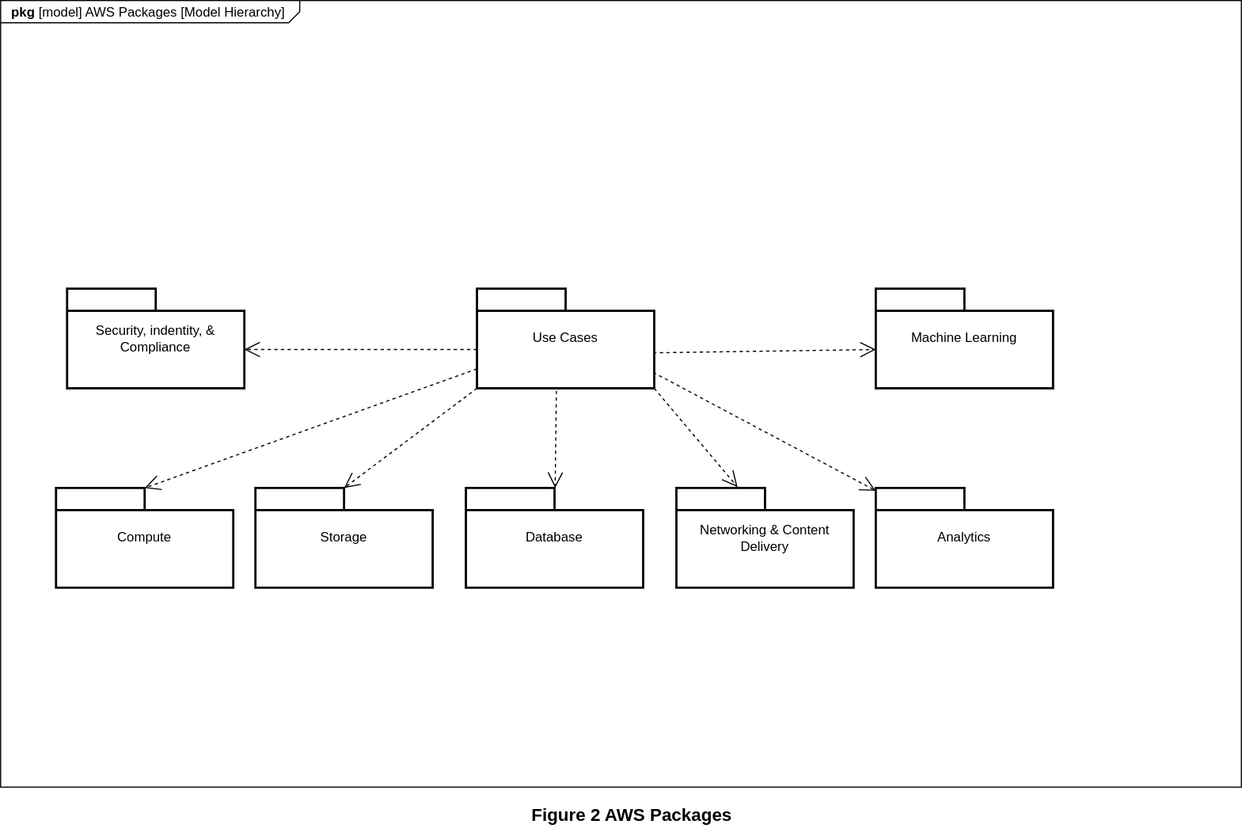
JeffreyWerth/AWS-Architecture-Model-Repository keeps this draw.io diagram as AWS Packages/AWS Packages.svg. Above is the earlier version. Source tidied: cells renumbered, new cells last; positions are measured from the earlier drawing's top-left corner, leaving out a move shared by most shapes.
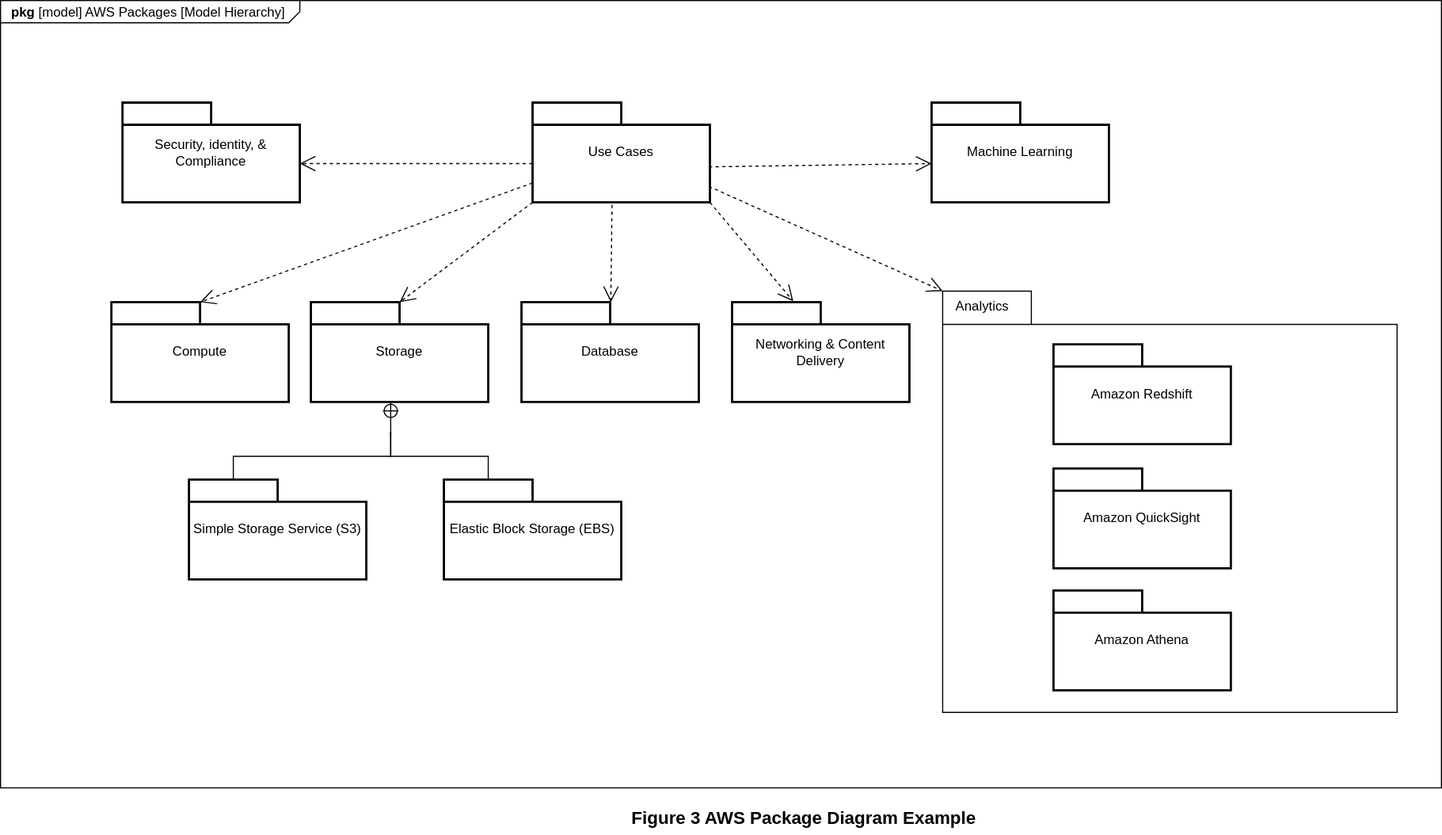
Above is the later version.

Commit message:
Updated Package Definitions

What changed in the source:
```diff
@@ -3,7 +3,7 @@
     <mxCell id="0" style="html=1;" />
     <mxCell id="1" style="html=1;" parent="0" />
     <mxCell id="2" value="&lt;p style=&quot;margin: 0px ; margin-top: 4px ; margin-left: 10px ; text-align: left&quot;&gt;&lt;b&gt;pkg&lt;/b&gt; [model] AWS Packages [Model Hierarchy]&lt;/p&gt;" style="html=1;strokeWidth=1;shape=mxgraph.sysml.package;html=1;overflow=fill;whiteSpace=wrap;fillColor=none;gradientColor=none;fontSize=12;align=center;labelX=270;" parent="1" vertex="1">
-      <mxGeometry width="1120" height="710" as="geometry" />
+      <mxGeometry x="-50" y="168" width="1300" height="710" as="geometry" />
     </mxCell>
     <mxCell id="3" value="Compute" style="shape=folder;tabWidth=80;tabHeight=20;tabPosition=left;strokeWidth=2;html=1;whiteSpace=wrap;align=center;" parent="1" vertex="1">
       <mxGeometry x="50" y="440" width="160" height="90" as="geometry" />
@@ -20,13 +20,10 @@
     <mxCell id="7" value="Networking &amp;amp; Content Delivery" style="shape=folder;tabWidth=80;tabHeight=20;tabPosition=left;strokeWidth=2;html=1;whiteSpace=wrap;align=center;" parent="1" vertex="1">
       <mxGeometry x="610" y="440" width="160" height="90" as="geometry" />
     </mxCell>
-    <mxCell id="8" value="Analytics" style="shape=folder;tabWidth=80;tabHeight=20;tabPosition=left;strokeWidth=2;html=1;whiteSpace=wrap;align=center;" parent="1" vertex="1">
-      <mxGeometry x="790" y="440" width="160" height="90" as="geometry" />
-    </mxCell>
     <mxCell id="9" value="Machine Learning" style="shape=folder;tabWidth=80;tabHeight=20;tabPosition=left;strokeWidth=2;html=1;whiteSpace=wrap;align=center;" parent="1" vertex="1">
       <mxGeometry x="790" y="260" width="160" height="90" as="geometry" />
     </mxCell>
-    <mxCell id="10" value="Security, indentity, &amp;amp; Compliance" style="shape=folder;tabWidth=80;tabHeight=20;tabPosition=left;strokeWidth=2;html=1;whiteSpace=wrap;align=center;" parent="1" vertex="1">
+    <mxCell id="10" value="Security, identity, &amp;amp; Compliance" style="shape=folder;tabWidth=80;tabHeight=20;tabPosition=left;strokeWidth=2;html=1;whiteSpace=wrap;align=center;" parent="1" vertex="1">
       <mxGeometry x="60" y="260" width="160" height="90" as="geometry" />
     </mxCell>
     <mxCell id="11" style="edgeStyle=none;html=1;endArrow=open;endSize=12;dashed=1;verticalAlign=bottom;rounded=0;exitX=0;exitY=0;exitDx=0;exitDy=55;exitPerimeter=0;entryX=0;entryY=0;entryDx=160;entryDy=55;entryPerimeter=0;" parent="1" edge="1" source="6" target="10">
@@ -44,14 +41,48 @@
     <mxCell id="15" style="edgeStyle=none;html=1;endArrow=open;endSize=12;dashed=1;verticalAlign=bottom;rounded=0;entryX=0.345;entryY=-0.01;entryDx=0;entryDy=0;entryPerimeter=0;exitX=0;exitY=0;exitDx=160;exitDy=90;exitPerimeter=0;" parent="1" edge="1" source="6" target="7">
       <mxGeometry relative="1" as="geometry" />
     </mxCell>
-    <mxCell id="16" style="edgeStyle=none;html=1;endArrow=open;endSize=12;dashed=1;verticalAlign=bottom;rounded=0;exitX=0.994;exitY=0.84;exitDx=0;exitDy=0;exitPerimeter=0;" parent="1" edge="1" source="6" target="8">
+    <mxCell id="16" style="edgeStyle=none;html=1;endArrow=open;endSize=12;dashed=1;verticalAlign=bottom;rounded=0;exitX=0.994;exitY=0.84;exitDx=0;exitDy=0;exitPerimeter=0;entryX=0;entryY=0;entryDx=0;entryDy=0;entryPerimeter=0;" parent="1" edge="1" source="6" target="8">
       <mxGeometry relative="1" as="geometry" />
     </mxCell>
     <mxCell id="17" style="edgeStyle=none;html=1;endArrow=open;endSize=12;dashed=1;verticalAlign=bottom;rounded=0;entryX=0;entryY=0;entryDx=0;entryDy=55;entryPerimeter=0;exitX=0.994;exitY=0.644;exitDx=0;exitDy=0;exitPerimeter=0;" parent="1" edge="1" source="6" target="9">
       <mxGeometry relative="1" as="geometry" />
     </mxCell>
-    <mxCell id="18" value="&lt;font style=&quot;font-size: 16px;&quot;&gt;Figure 2 AWS Packages&lt;/font&gt;" style="text;html=1;strokeColor=none;fillColor=none;align=center;verticalAlign=middle;whiteSpace=wrap;rounded=0;fontStyle=1;fontSize=16;" parent="1" vertex="1">
-      <mxGeometry x="450" y="720" width="240" height="30" as="geometry" />
+    <mxCell id="18" value="&lt;font style=&quot;font-size: 16px;&quot;&gt;Figure 3 AWS Package Diagram Example&lt;/font&gt;" style="text;html=1;strokeColor=none;fillColor=none;align=center;verticalAlign=middle;whiteSpace=wrap;rounded=0;fontStyle=1;fontSize=16;" parent="1" vertex="1">
+      <mxGeometry x="510" y="890" width="330" height="30" as="geometry" />
     </mxCell>
+    <mxCell id="19" style="edgeStyle=elbowEdgeStyle;html=1;endSize=12;endArrow=sysMLPackCont;elbow=horizontal;rounded=0;align=left;verticalAlign=middle;" parent="1" edge="1">
+      <mxGeometry x="1" relative="1" as="geometry">
+        <mxPoint x="302" y="560" as="sourcePoint" />
+        <mxPoint x="302" y="531" as="targetPoint" />
+      </mxGeometry>
+    </mxCell>
+    <mxCell id="20" style="edgeStyle=elbowEdgeStyle;html=1;elbow=vertical;verticalAlign=bottom;endArrow=none;rounded=0;entryX=0;entryY=0;entryDx=40;entryDy=0;entryPerimeter=0;" parent="1" edge="1" target="23">
+      <mxGeometry x="1" relative="1" as="geometry">
+        <mxPoint x="302" y="557" as="sourcePoint" />
+      </mxGeometry>
+    </mxCell>
+    <mxCell id="21" style="edgeStyle=elbowEdgeStyle;html=1;elbow=vertical;verticalAlign=bottom;endArrow=none;rounded=0;entryX=0;entryY=0;entryDx=40;entryDy=0;entryPerimeter=0;" parent="1" edge="1" target="22">
+      <mxGeometry x="1" relative="1" as="geometry">
+        <mxPoint x="302" y="557" as="sourcePoint" />
+      </mxGeometry>
+    </mxCell>
+    <mxCell id="22" value="Simple Storage Service (S3)" style="shape=folder;tabWidth=80;tabHeight=20;tabPosition=left;strokeWidth=2;html=1;whiteSpace=wrap;align=center;" parent="1" vertex="1">
+      <mxGeometry x="120" y="600" width="160" height="90" as="geometry" />
+    </mxCell>
+    <mxCell id="23" value="Elastic Block Storage (EBS)" style="shape=folder;tabWidth=80;tabHeight=20;tabPosition=left;strokeWidth=2;html=1;whiteSpace=wrap;align=center;" parent="1" vertex="1">
+      <mxGeometry x="350" y="600" width="160" height="90" as="geometry" />
+    </mxCell>
+    <mxCell id="8" value="Analytics" style="shape=folder;html=1;tabWidth=80;tabHeight=30;tabPosition=left;align=left;verticalAlign=top;spacingLeft=10;whiteSpace=wrap;" parent="1" vertex="1">
+      <mxGeometry x="800" y="430" width="410" height="380" as="geometry" />
+    </mxCell>
+    <mxCell id="24" value="Amazon Redshift" style="shape=folder;tabWidth=80;tabHeight=20;tabPosition=left;strokeWidth=2;html=1;whiteSpace=wrap;align=center;" parent="1" vertex="1">
+      <mxGeometry x="900" y="478" width="160" height="90" as="geometry" />
+    </mxCell>
+    <mxCell id="25" value="Amazon QuickSight" style="shape=folder;tabWidth=80;tabHeight=20;tabPosition=left;strokeWidth=2;html=1;whiteSpace=wrap;align=center;" parent="1" vertex="1">
+      <mxGeometry x="900" y="590" width="160" height="90" as="geometry" />
+    </mxCell>
+    <mxCell id="26" value="Amazon Athena" style="shape=folder;tabWidth=80;tabHeight=20;tabPosition=left;strokeWidth=2;html=1;whiteSpace=wrap;align=center;" parent="1" vertex="1">
+      <mxGeometry x="900" y="700" width="160" height="90" as="geometry" />
+    </mxCell>
   </root>
 </mxGraphModel>
```
